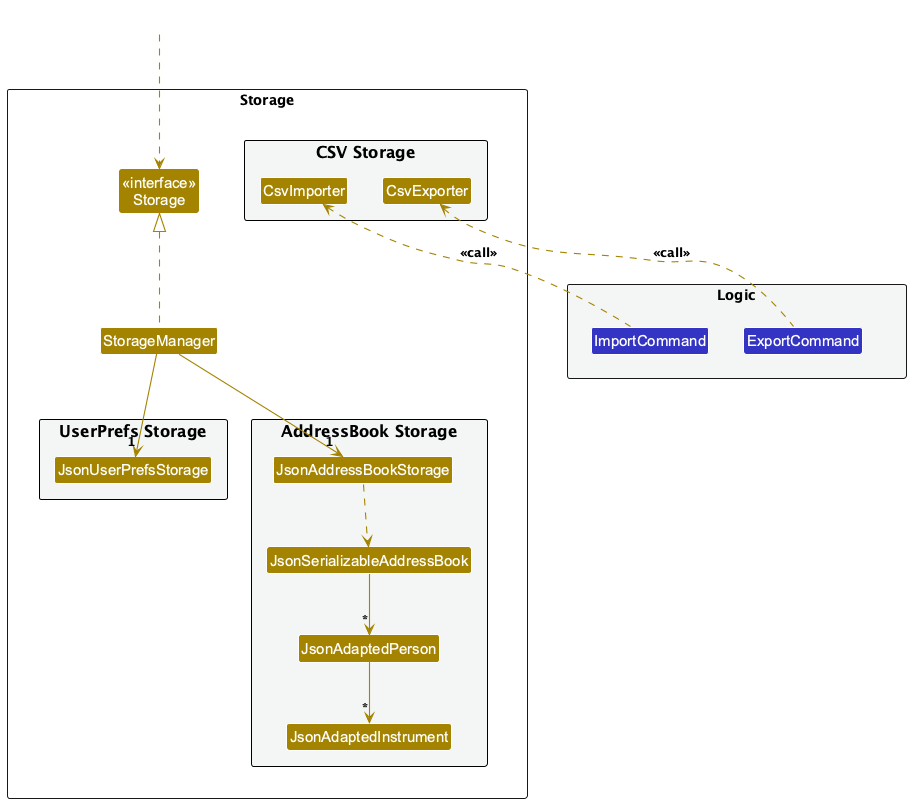
The PlantUML diagram docs/images/StorageClassDiagram.png in liownahum/tp, before a commit. Source of this version:
```plantuml
@startuml
!include style.puml
skinparam arrowThickness 1.1
skinparam arrowColor STORAGE_COLOR
skinparam classBackgroundColor STORAGE_COLOR

package Storage as StoragePackage {

Class "<<interface>>\nStorage" as Storage
Class StorageManager

package "UserPrefs Storage" #F4F6F6{
Class JsonUserPrefsStorage
}

package "AddressBook Storage" #F4F6F6{
Class JsonAddressBookStorage
Class JsonSerializableAddressBook
Class JsonAdaptedPerson
Class JsonAdaptedInstrument
}

package "CSV Storage" #F4F6F6{
Class CsvImporter
Class CsvExporter
}

}

package Logic as LogicPackage #F4F6F6 {
Class ImportCommand LOGIC_COLOR
Class ExportCommand LOGIC_COLOR
}

Class HiddenOutside #FFFFFF
HiddenOutside ..> Storage

StorageManager .up.|> Storage
StorageManager -down-> "1" JsonUserPrefsStorage
StorageManager -down-> "1" JsonAddressBookStorage

JsonAddressBookStorage ..> JsonSerializableAddressBook
JsonSerializableAddressBook --> "*" JsonAdaptedPerson
JsonAdaptedPerson --> "*" JsonAdaptedInstrument

ImportCommand .up.> CsvImporter : <<call>>
ExportCommand .up.> CsvExporter : <<call>>

CsvImporter -[hidden]right- CsvExporter
ImportCommand -[hidden]right- ExportCommand
StoragePackage -[hidden]down- LogicPackage

@enduml
```
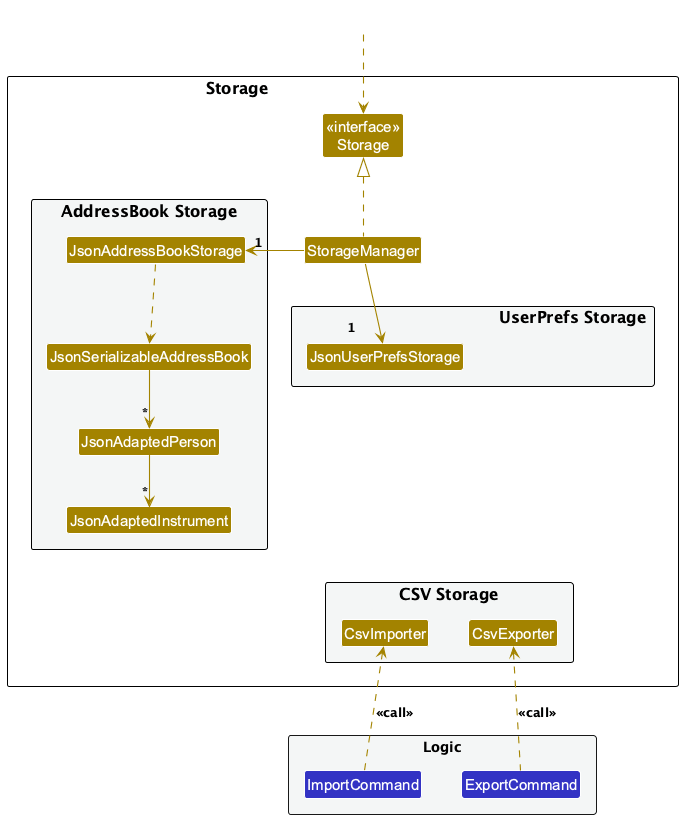
The same file after the commit.

What changed in the source:
```diff
@@ -3,21 +3,23 @@
 skinparam arrowThickness 1.1
 skinparam arrowColor STORAGE_COLOR
 skinparam classBackgroundColor STORAGE_COLOR
+skinparam nodesep 40
+skinparam ranksep 50
 
-package Storage as StoragePackage {
-
-Class "<<interface>>\nStorage" as Storage
-Class StorageManager
-
-package "UserPrefs Storage" #F4F6F6{
-Class JsonUserPrefsStorage
-}
+package "Storage<U+00A0><U+00A0><U+00A0><U+00A0><U+00A0><U+00A0><U+00A0><U+00A0><U+00A0><U+00A0><U+00A0><U+00A0><U+00A0><U+00A0><U+00A0><U+00A0><U+00A0><U+00A0><U+00A0><U+00A0><U+00A0><U+00A0><U+00A0><U+00A0><U+00A0><U+00A0><U+00A0><U+00A0><U+00A0><U+00A0><U+00A0><U+00A0><U+00A0><U+00A0><U+00A0><U+00A0><U+00A0><U+00A0><U+00A0><U+00A0>" as StoragePackage {
 
 package "AddressBook Storage" #F4F6F6{
 Class JsonAddressBookStorage
 Class JsonSerializableAddressBook
 Class JsonAdaptedPerson
 Class JsonAdaptedInstrument
+}
+
+Class "<<interface>>\nStorage" as Storage
+Class StorageManager
+
+package "<U+00A0><U+00A0><U+00A0><U+00A0><U+00A0><U+00A0><U+00A0><U+00A0><U+00A0><U+00A0><U+00A0><U+00A0><U+00A0><U+00A0><U+00A0><U+00A0><U+00A0><U+00A0><U+00A0><U+00A0><U+00A0><U+00A0><U+00A0><U+00A0><U+00A0><U+00A0><U+00A0><U+00A0><U+00A0><U+00A0><U+00A0><U+00A0><U+00A0><U+00A0><U+00A0><U+00A0><U+00A0><U+00A0>UserPrefs Storage" #F4F6F6{
+Class JsonUserPrefsStorage
 }
 
 package "CSV Storage" #F4F6F6{
@@ -36,8 +38,8 @@
 HiddenOutside ..> Storage
 
 StorageManager .up.|> Storage
-StorageManager -down-> "1" JsonUserPrefsStorage
-StorageManager -down-> "1" JsonAddressBookStorage
+StorageManager -down-> "1<U+00A0><U+00A0><U+00A0><U+00A0><U+00A0>" JsonUserPrefsStorage
+StorageManager -left-> "1" JsonAddressBookStorage
 
 JsonAddressBookStorage ..> JsonSerializableAddressBook
 JsonSerializableAddressBook --> "*" JsonAdaptedPerson
@@ -46,8 +48,8 @@
 ImportCommand .up.> CsvImporter : <<call>>
 ExportCommand .up.> CsvExporter : <<call>>
 
+ImportCommand -[hidden]right- ExportCommand
+JsonUserPrefsStorage -[hidden]down--- CsvImporter
 CsvImporter -[hidden]right- CsvExporter
-ImportCommand -[hidden]right- ExportCommand
-StoragePackage -[hidden]down- LogicPackage
 
 @enduml
```
